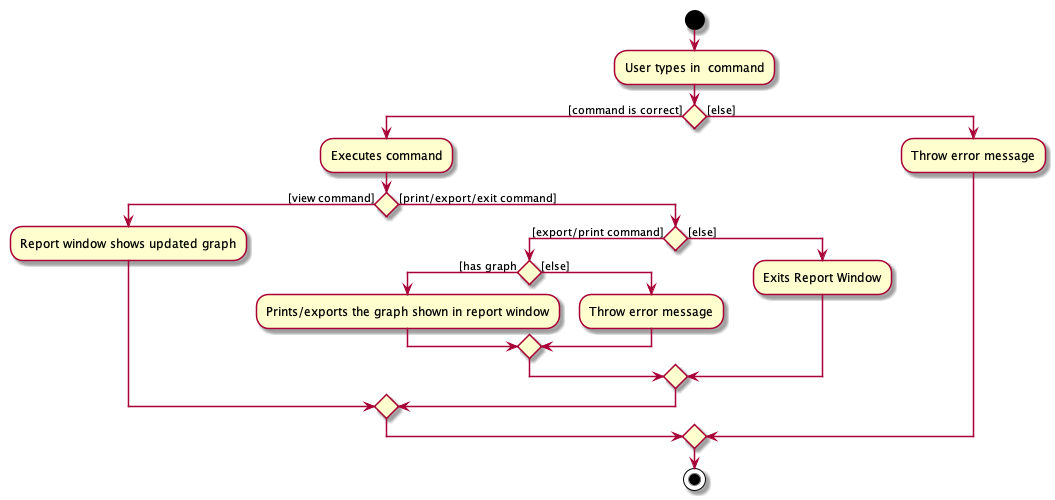
Before: docs/images/Report_ReportWindow_.png, a diagram exported from PlantUML (zwasd/main).
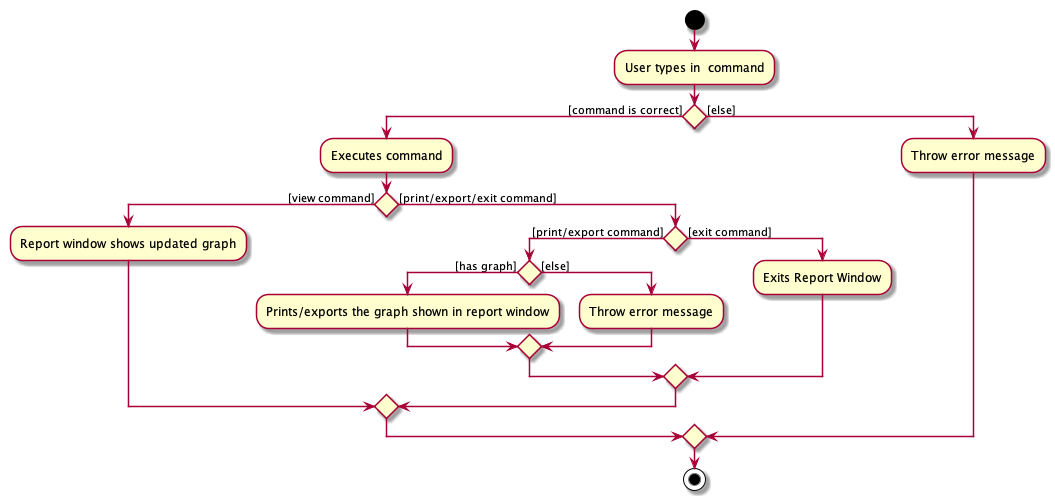
After the commit.

What changed in the source:
```diff
@@ -6,13 +6,13 @@
      if() then ([view command])
      :Report window shows updated graph;
      else ([print/export/exit command])
-            if () then ([export/print command])
-             if () then ([has graph)
+            if () then ([print/export command])
+             if () then ([has graph])
                 :Prints/exports the graph shown in report window;
              else ([else])
                 :Throw error message;
               endif
-            else ([else])
+            else ([exit command])
                  :Exits Report Window;
                 endif
       endif
```
